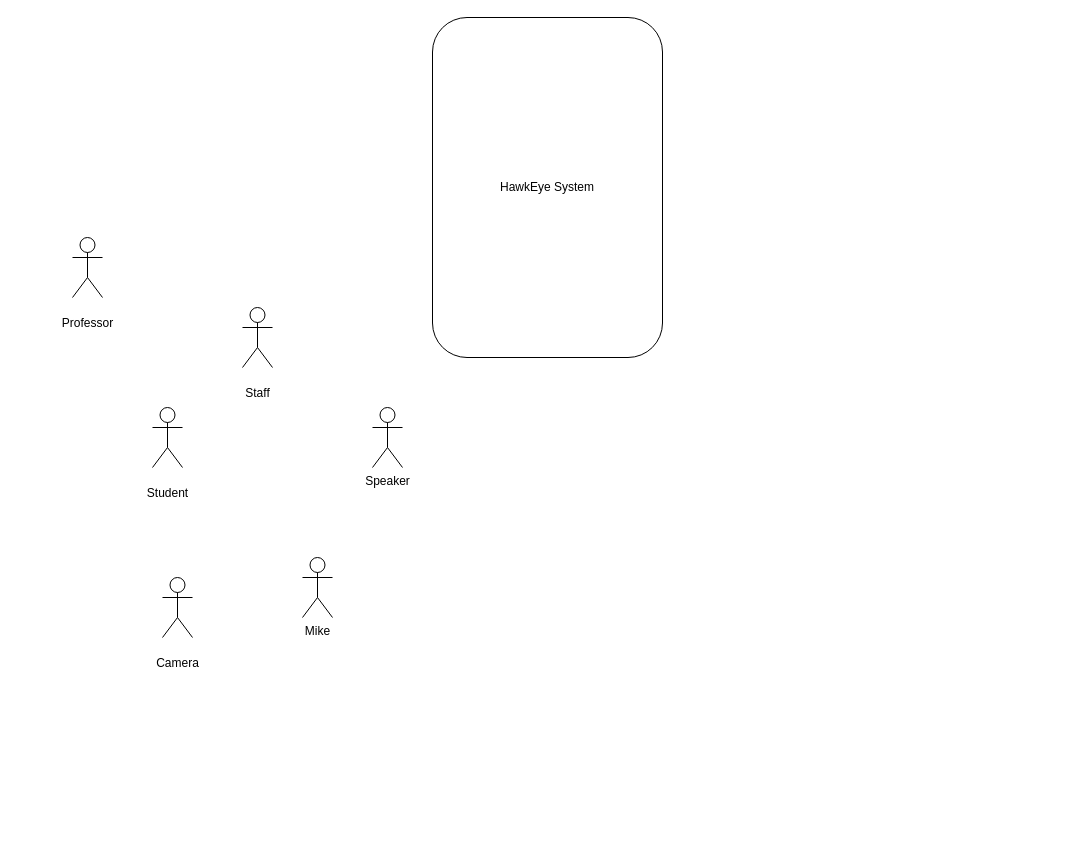
Before: Untitled Diagram.drawio in tlfzgjadyd/SoftwareAnalysisDesign, a draw.io diagram. Source tidied: cells renumbered, new cells numbered last; positions are measured from the earlier drawing's top-left corner, leaving out a move shared by most shapes. Both pictures are drawn from the tidied source at 100%, with x=0, y=0 at pixel (72, 17).
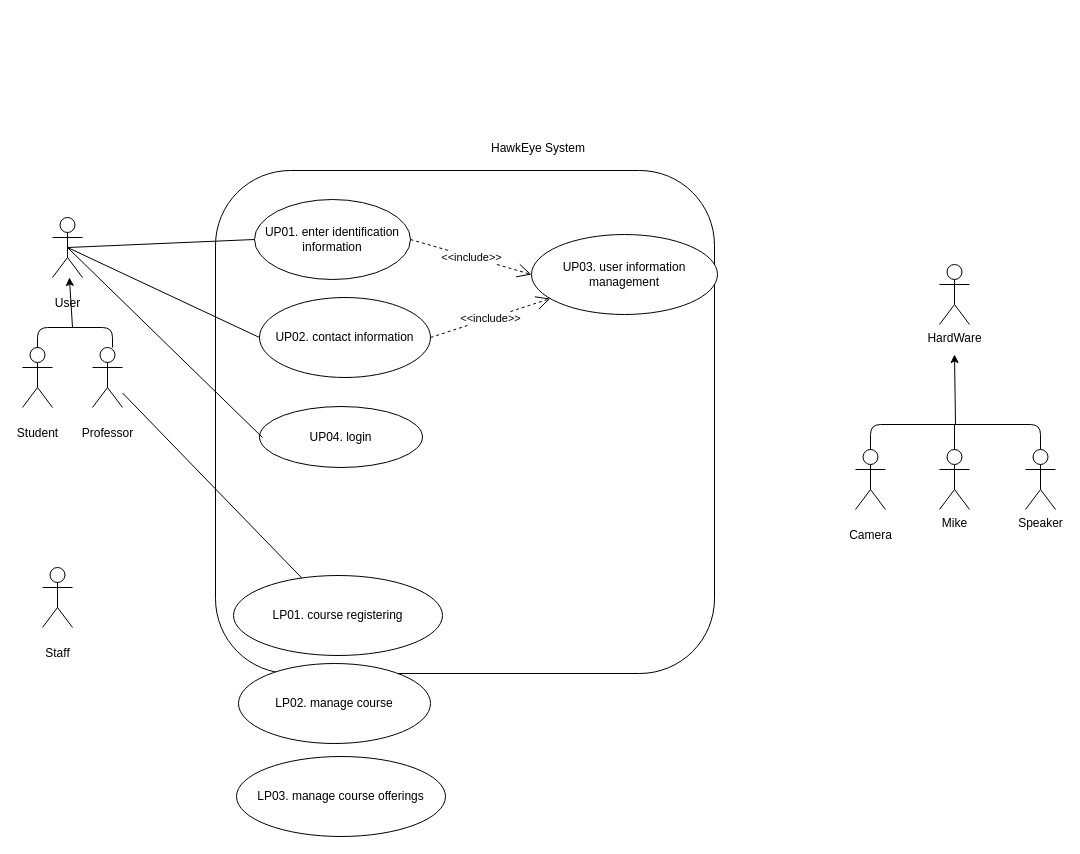
The same diagram, later.

The edit, as a diff of the source:
```diff
@@
     <mxCell id="2" value="&lt;p&gt;Staff&lt;/p&gt;" style="shape=umlActor;verticalLabelPosition=bottom;verticalAlign=top;html=1;" parent="1" vertex="1">
-      <mxGeometry x="170" y="290" width="30" height="60" as="geometry" />
+      <mxGeometry x="-30" y="550" width="30" height="60" as="geometry" />
     </mxCell>
-    <mxCell id="3" value="HawkEye System" style="rounded=1;whiteSpace=wrap;html=1;" parent="1" vertex="1">
-      <mxGeometry x="360" width="230" height="340" as="geometry" />
+    <mxCell id="3" style="rounded=1;whiteSpace=wrap;html=1;" parent="1" vertex="1">
+      <mxGeometry x="143" y="153" width="499" height="503" as="geometry" />
     </mxCell>
-    <mxCell id="4" value="&lt;p&gt;Student&lt;/p&gt;" style="shape=umlActor;verticalLabelPosition=bottom;verticalAlign=top;html=1;outlineConnect=0;" parent="1" vertex="1">
-      <mxGeometry x="80" y="390" width="30" height="60" as="geometry" />
-    </mxCell>
-    <mxCell id="5" value="&lt;p&gt;Professor&lt;/p&gt;&lt;p&gt;&lt;br&gt;&lt;/p&gt;" style="shape=umlActor;verticalLabelPosition=bottom;verticalAlign=top;html=1;outlineConnect=0;" parent="1" vertex="1">
-      <mxGeometry y="220" width="30" height="60" as="geometry" />
-    </mxCell>
+    <mxCell id="9" style="group;" parent="1" vertex="1">
+      <mxGeometry x="783" y="247" width="200" height="245" as="geometry" />
+    </mxCell>
-    <mxCell id="6" value="Speaker" style="shape=umlActor;verticalLabelPosition=bottom;verticalAlign=top;html=1;outlineConnect=0;" parent="1" vertex="1">
-      <mxGeometry x="300" y="390" width="30" height="60" as="geometry" />
+    <mxCell id="6" value="Speaker" style="shape=umlActor;verticalLabelPosition=bottom;verticalAlign=top;html=1;outlineConnect=0;" parent="9" vertex="1">
+      <mxGeometry x="170" y="185" width="30" height="60" as="geometry" />
     </mxCell>
-    <mxCell id="7" value="Mike" style="shape=umlActor;verticalLabelPosition=bottom;verticalAlign=top;html=1;outlineConnect=0;" parent="1" vertex="1">
-      <mxGeometry x="230" y="540" width="30" height="60" as="geometry" />
+    <mxCell id="7" value="Mike" style="shape=umlActor;verticalLabelPosition=bottom;verticalAlign=top;html=1;outlineConnect=0;" parent="9" vertex="1">
+      <mxGeometry x="84" y="185" width="30" height="60" as="geometry" />
     </mxCell>
-    <mxCell id="8" value="&lt;p&gt;Camera&lt;/p&gt;" style="shape=umlActor;verticalLabelPosition=bottom;verticalAlign=top;html=1;outlineConnect=0;" parent="1" vertex="1">
-      <mxGeometry x="90" y="560" width="30" height="60" as="geometry" />
+    <mxCell id="8" value="&lt;p&gt;Camera&lt;/p&gt;" style="shape=umlActor;verticalLabelPosition=bottom;verticalAlign=top;html=1;outlineConnect=0;" parent="9" vertex="1">
+      <mxGeometry y="185" width="30" height="60" as="geometry" />
     </mxCell>
+    <mxCell id="10" value="HardWare" style="shape=umlActor;verticalLabelPosition=bottom;verticalAlign=top;html=1;" parent="9" vertex="1">
+      <mxGeometry x="84" width="30" height="60" as="geometry" />
+    </mxCell>
+    <mxCell id="11" style="endArrow=none;html=1;exitX=0.5;exitY=0;exitDx=0;exitDy=0;exitPerimeter=0;" parent="9" edge="1" source="7">
+      <mxGeometry relative="1" as="geometry">
+        <mxPoint x="99" y="160" as="targetPoint" />
+      </mxGeometry>
+    </mxCell>
+    <mxCell id="12" style="endArrow=none;html=1;exitX=0.5;exitY=0;exitDx=0;exitDy=0;exitPerimeter=0;entryX=0.5;entryY=0;entryDx=0;entryDy=0;entryPerimeter=0;" parent="9" edge="1" source="8" target="6">
+      <mxGeometry relative="1" as="geometry">
+        <Array as="points">
+          <mxPoint x="15" y="160" />
+          <mxPoint x="185" y="160" />
+        </Array>
+      </mxGeometry>
+    </mxCell>
+    <mxCell id="13" style="endArrow=classic;html=1;" parent="9" edge="1">
+      <mxGeometry relative="1" as="geometry">
+        <mxPoint x="100" y="160" as="sourcePoint" />
+        <mxPoint x="99" y="90" as="targetPoint" />
+      </mxGeometry>
+    </mxCell>
+    <mxCell id="14" style="group;" parent="1" vertex="1">
+      <mxGeometry x="-50" y="200" width="100" height="190" as="geometry" />
+    </mxCell>
+    <mxCell id="4" value="&lt;p&gt;Student&lt;/p&gt;" style="shape=umlActor;verticalLabelPosition=bottom;verticalAlign=top;html=1;outlineConnect=0;" parent="14" vertex="1">
+      <mxGeometry y="130" width="30" height="60" as="geometry" />
+    </mxCell>
+    <mxCell id="5" value="&lt;p&gt;Professor&lt;/p&gt;&lt;p&gt;&lt;br&gt;&lt;/p&gt;" style="shape=umlActor;verticalLabelPosition=bottom;verticalAlign=top;html=1;outlineConnect=0;" parent="14" vertex="1">
+      <mxGeometry x="70" y="130" width="30" height="60" as="geometry" />
+    </mxCell>
+    <mxCell id="15" value="&lt;p&gt;User&lt;br&gt;&lt;/p&gt;" style="shape=umlActor;verticalLabelPosition=bottom;verticalAlign=top;html=1;outlineConnect=0;" parent="14" vertex="1">
+      <mxGeometry x="30" width="30" height="60" as="geometry" />
+    </mxCell>
+    <mxCell id="16" style="endArrow=none;html=1;exitX=0.5;exitY=0;exitDx=0;exitDy=0;exitPerimeter=0;" parent="14" edge="1" source="4">
+      <mxGeometry relative="1" as="geometry">
+        <mxPoint x="90" y="130" as="targetPoint" />
+        <Array as="points">
+          <mxPoint x="15" y="110" />
+          <mxPoint x="90" y="110" />
+        </Array>
+      </mxGeometry>
+    </mxCell>
+    <mxCell id="17" style="endArrow=classic;html=1;" parent="14" edge="1" target="15">
+      <mxGeometry relative="1" as="geometry">
+        <mxPoint x="50" y="110" as="sourcePoint" />
+      </mxGeometry>
+    </mxCell>
+    <mxCell id="18" value="HawkEye System" style="text;html=1;strokeColor=none;fillColor=none;align=center;verticalAlign=middle;whiteSpace=wrap;rounded=0;" parent="1" vertex="1">
+      <mxGeometry x="393" y="121" width="146" height="20" as="geometry" />
+    </mxCell>
+    <mxCell id="19" value="UP01. enter identification information" style="ellipse;whiteSpace=wrap;html=1;" parent="1" vertex="1">
+      <mxGeometry x="182" y="182" width="156" height="80" as="geometry" />
+    </mxCell>
+    <mxCell id="20" style="endArrow=none;html=1;entryX=0;entryY=0.5;entryDx=0;entryDy=0;exitX=0.5;exitY=0.5;exitDx=0;exitDy=0;exitPerimeter=0;" parent="1" edge="1" source="15" target="19">
+      <mxGeometry relative="1" as="geometry" />
+    </mxCell>
+    <mxCell id="21" value="UP02. contact information" style="ellipse;whiteSpace=wrap;html=1;" parent="1" vertex="1">
+      <mxGeometry x="187" y="280" width="171" height="80" as="geometry" />
+    </mxCell>
+    <mxCell id="22" value="UP04. login" style="ellipse;whiteSpace=wrap;html=1;" parent="1" vertex="1">
+      <mxGeometry x="187" y="389" width="163" height="61" as="geometry" />
+    </mxCell>
+    <mxCell id="23" value="UP03. user information management" style="ellipse;whiteSpace=wrap;html=1;" parent="1" vertex="1">
+      <mxGeometry x="459" y="217" width="186" height="80" as="geometry" />
+    </mxCell>
+    <mxCell id="24" value="&amp;lt;&amp;lt;include&amp;gt;&amp;gt;" style="endArrow=open;endSize=12;dashed=1;html=1;entryX=0;entryY=0.5;entryDx=0;entryDy=0;exitX=1;exitY=0.5;exitDx=0;exitDy=0;" parent="1" edge="1" source="19" target="23">
+      <mxGeometry relative="1" as="geometry" />
+    </mxCell>
+    <mxCell id="25" value="&amp;lt;&amp;lt;include&amp;gt;&amp;gt;" style="endArrow=open;endSize=12;dashed=1;html=1;exitX=1;exitY=0.5;exitDx=0;exitDy=0;" parent="1" edge="1" source="21" target="23">
+      <mxGeometry relative="1" as="geometry" />
+    </mxCell>
+    <mxCell id="26" style="endArrow=none;html=1;entryX=0;entryY=0.5;entryDx=0;entryDy=0;exitX=0.5;exitY=0.5;exitDx=0;exitDy=0;exitPerimeter=0;" parent="1" edge="1" source="15" target="21">
+      <mxGeometry relative="1" as="geometry" />
+    </mxCell>
+    <mxCell id="27" style="endArrow=none;html=1;" parent="1" edge="1">
+      <mxGeometry relative="1" as="geometry">
+        <mxPoint x="-5" y="230" as="sourcePoint" />
+        <mxPoint x="190" y="420" as="targetPoint" />
+      </mxGeometry>
+    </mxCell>
+    <mxCell id="28" value="LP01. course registering" style="ellipse;whiteSpace=wrap;html=1;" parent="1" vertex="1">
+      <mxGeometry x="161" y="558" width="209" height="80" as="geometry" />
+    </mxCell>
+    <mxCell id="29" style="endArrow=none;html=1;" parent="1" edge="1" source="5" target="28">
+      <mxGeometry relative="1" as="geometry" />
+    </mxCell>
+    <mxCell id="30" value="LP02. manage course" style="ellipse;whiteSpace=wrap;html=1;" parent="1" vertex="1">
+      <mxGeometry x="166" y="646" width="192" height="80" as="geometry" />
+    </mxCell>
+    <mxCell id="31" value="LP03. manage course offerings" style="ellipse;whiteSpace=wrap;html=1;" parent="1" vertex="1">
+      <mxGeometry x="164" y="739" width="209" height="80" as="geometry" />
+    </mxCell>
```
